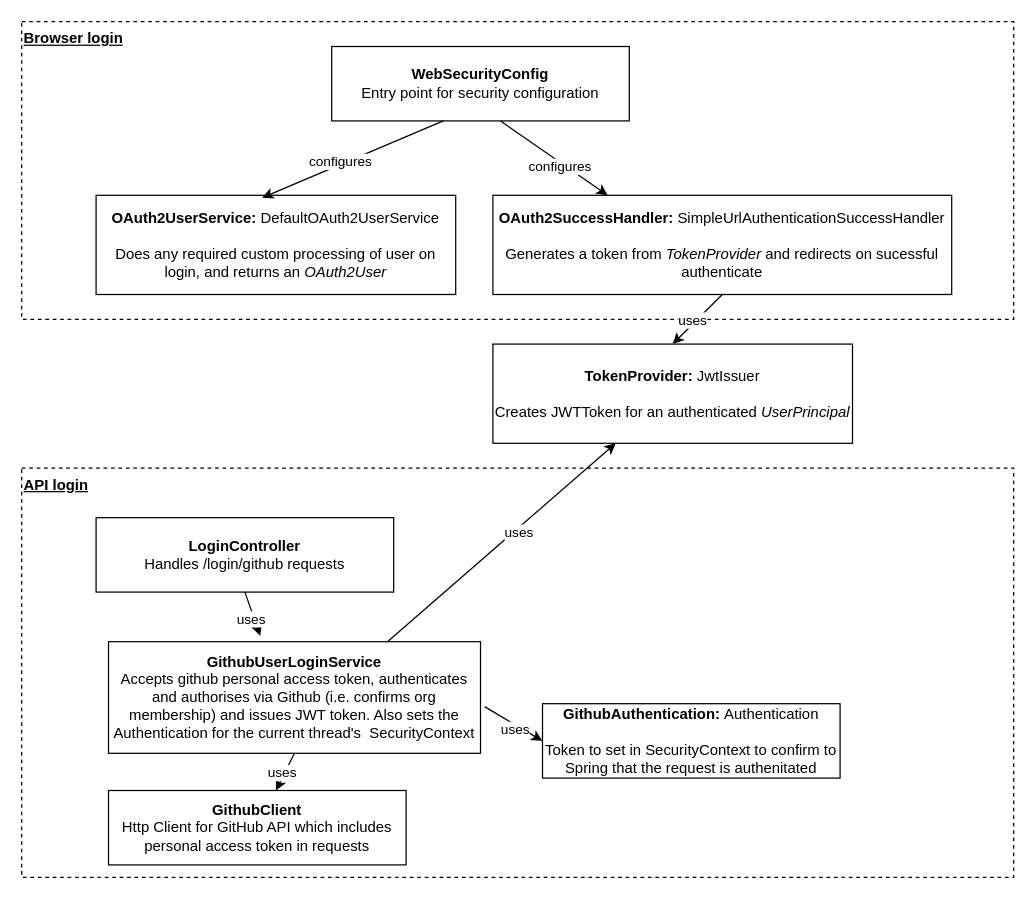
Earlier version of the draw.io diagram docs/Packit Github login.drawio (mrc-ide/packit). Source tidied: cells renumbered, new cells numbered last; positions are measured from the earlier drawing's top-left corner, leaving out a move shared by most shapes. Both pictures are drawn from the tidied source at 124%, with x=0, y=0 at pixel (21, 21).
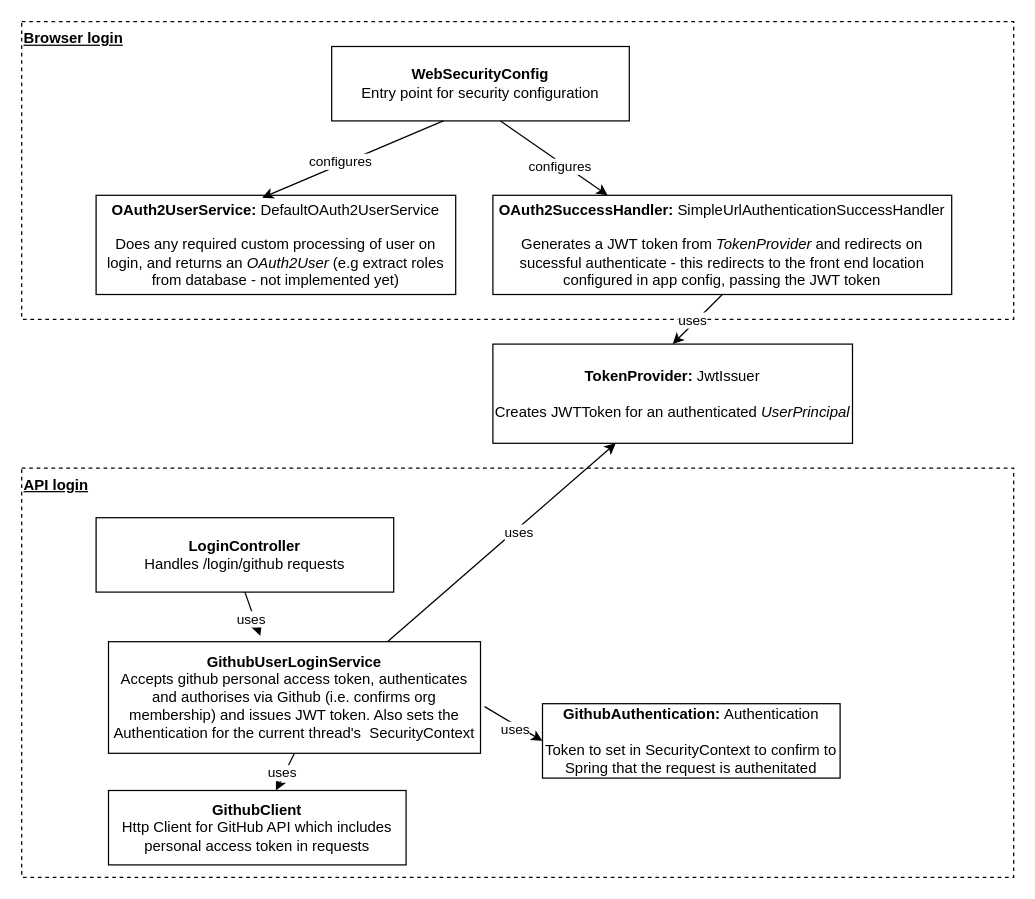
The same page after the edit.

Commit message (it also covers changes not shown here):
add sequence descriptions

The edit, as a diff of the source:
```diff
@@
-    <mxCell id="4" value="&lt;div align=&quot;center&quot;&gt;&lt;b&gt;OAuth2UserService: &lt;/b&gt;DefaultOAuth2UserService&lt;br&gt;&lt;/div&gt;&lt;div align=&quot;center&quot;&gt;&lt;br&gt;&lt;/div&gt;&lt;div align=&quot;center&quot;&gt;Does any required custom processing of user on login, and returns an &lt;i&gt;OAuth2User&lt;/i&gt;&lt;br&gt;&lt;/div&gt;" style="rounded=0;whiteSpace=wrap;html=1;align=center;" parent="1" vertex="1">
+    <mxCell id="4" value="&lt;div align=&quot;center&quot;&gt;&lt;b&gt;OAuth2UserService: &lt;/b&gt;DefaultOAuth2UserService&lt;br&gt;&lt;/div&gt;&lt;div align=&quot;center&quot;&gt;&lt;br&gt;&lt;/div&gt;&lt;div align=&quot;center&quot;&gt;Does any required custom processing of user on login, and returns an &lt;i&gt;OAuth2User &lt;/i&gt;(e.g extract roles from database - not implemented yet)&lt;br&gt;&lt;/div&gt;" style="rounded=0;whiteSpace=wrap;html=1;align=center;" parent="1" vertex="1">
       <mxGeometry x="60" y="140" width="290" height="80" as="geometry" />
     </mxCell>
@@
-    <mxCell id="7" value="&lt;div align=&quot;center&quot;&gt;&lt;b&gt;OAuth2SuccessHandler: &lt;/b&gt;SimpleUrlAuthenticationSuccessHandler&lt;br&gt;&lt;/div&gt;&lt;div align=&quot;center&quot;&gt;&lt;br&gt;&lt;/div&gt;Generates a token from &lt;i&gt;TokenProvider&lt;/i&gt; and redirects on sucessful authenticate" style="rounded=0;whiteSpace=wrap;html=1;align=center;" parent="1" vertex="1">
+    <mxCell id="7" value="&lt;div align=&quot;center&quot;&gt;&lt;b&gt;OAuth2SuccessHandler: &lt;/b&gt;SimpleUrlAuthenticationSuccessHandler&lt;br&gt;&lt;/div&gt;&lt;div align=&quot;center&quot;&gt;&lt;br&gt;&lt;/div&gt;Generates a JWT token from &lt;i&gt;TokenProvider&lt;/i&gt; and redirects on sucessful authenticate - this redirects to the front end location configured in app config, passing the JWT token" style="rounded=0;whiteSpace=wrap;html=1;align=center;" parent="1" vertex="1">
       <mxGeometry x="380" y="140" width="370" height="80" as="geometry" />
     </mxCell>
```
